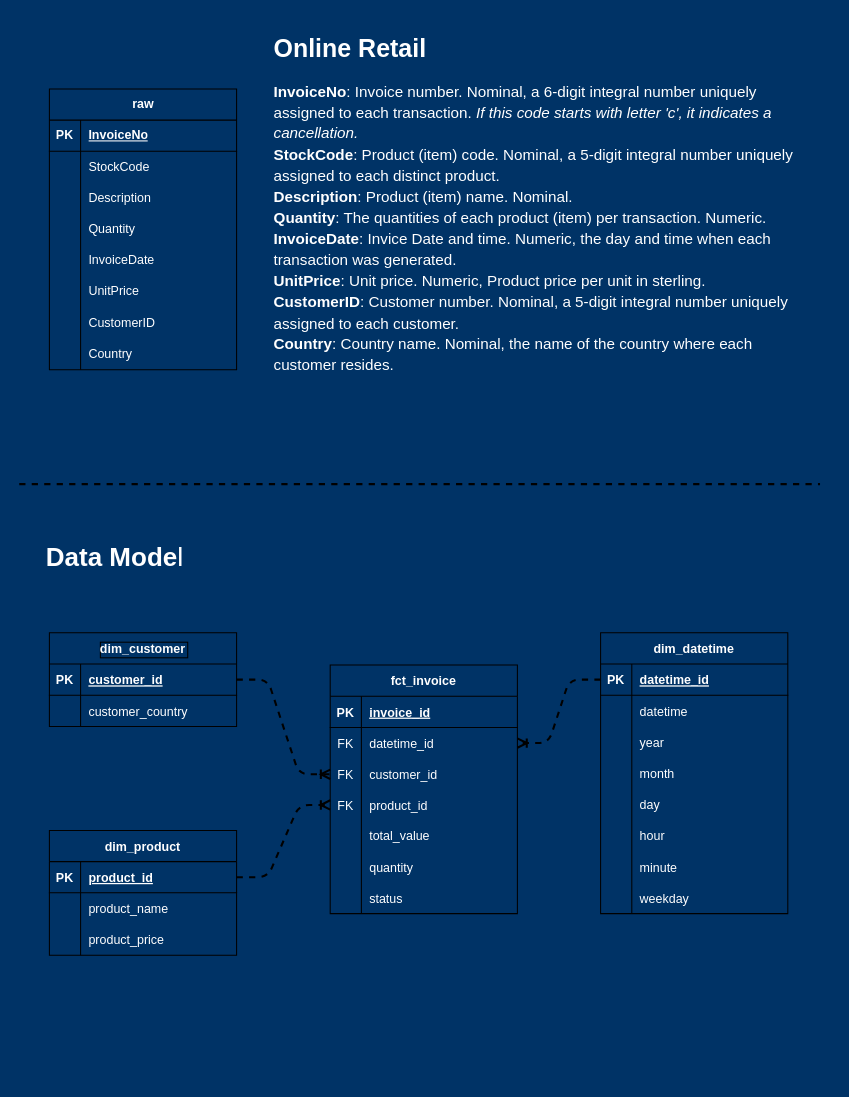
This is include/dataset/data_model.drawio from phcngyn99/online-retail, a draw.io file, before an edit. Source tidied: cells renumbered, new cells numbered last; positions are measured from the earlier drawing's top-left corner, leaving out a move shared by most shapes. Both pictures are drawn from the tidied source at 104%, with x=0, y=0 at pixel (19, 28).
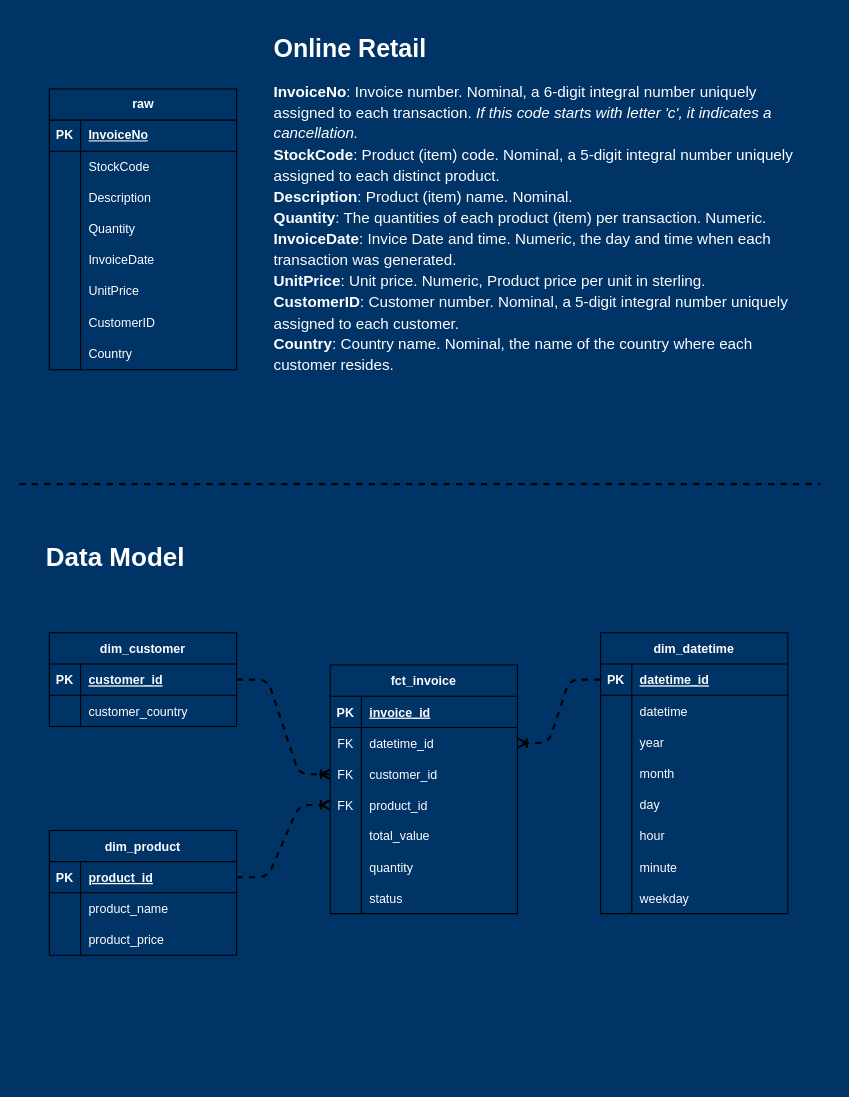
The same page after the edit.

Commit message (it also covers changes not shown here):
Add dimentional model diagram

What changed in the source:
```diff
@@
-    <mxCell id="85" value="dim_customer" style="shape=table;startSize=30;childLayout=tableLayout;rowLines=0;fontStyle=1;align=center;fillColor=none;fontColor=#FFFFFF;labelBorderColor=default;" parent="1" vertex="1">
+    <mxCell id="85" value="dim_customer" style="shape=table;startSize=30;childLayout=tableLayout;rowLines=0;fontStyle=1;align=center;fillColor=none;fontColor=#FFFFFF;labelBorderColor=none;" parent="1" vertex="1">
       <mxGeometry x="29" y="581" width="180" height="90" as="geometry" />
     </mxCell>
@@
     <mxCell id="97" value="Data Model" style="text;strokeColor=none;fillColor=none;spacingLeft=4;spacingRight=4;overflow=hidden;fontSize=25;fontColor=#FFFFFF;fontStyle=1;" parent="1" vertex="1">
-      <mxGeometry x="20" y="486" width="140" height="30" as="geometry" />
+      <mxGeometry x="20" y="486" width="150" height="40" as="geometry" />
     </mxCell>
```
